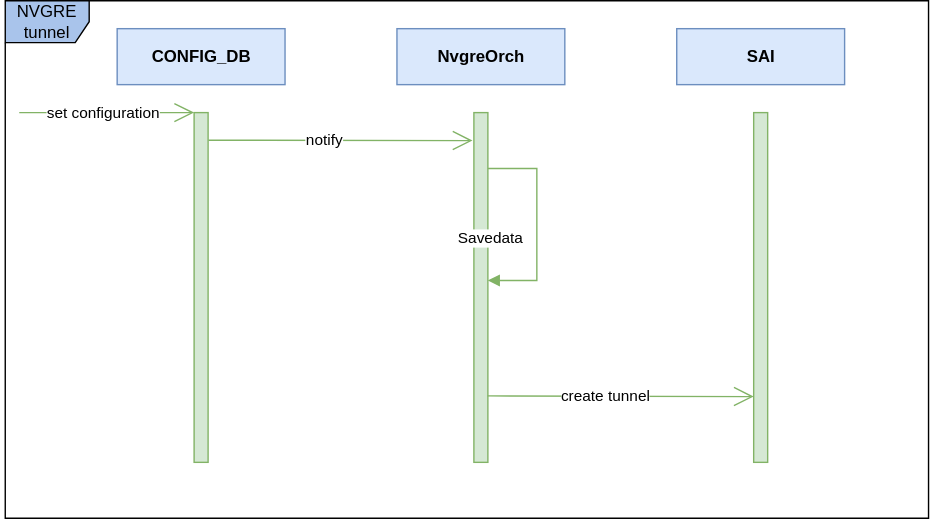
sonic-net/SONiC keeps this draw.io diagram as doc/nvgre_tunnel/images/nvgre_tunnel_create_uml.svg. Above is the earlier version. Source tidied: cells renumbered, new cells last; positions are measured from the earlier drawing's top-left corner, leaving out a move shared by most shapes. Source of this version:
```xml
<mxGraphModel>
  <root>
    <mxCell id="0" />
    <mxCell id="1" parent="0" />
    <mxCell id="2" value="&lt;b&gt;CONFIG_DB&lt;/b&gt;" style="html=1;fillColor=#dae8fc;strokeColor=#6c8ebf;" parent="1" vertex="1">
      <mxGeometry x="80" y="20" width="120" height="40" as="geometry" />
    </mxCell>
    <mxCell id="3" value="&lt;b&gt;NvgreOrch&lt;/b&gt;" style="html=1;fillColor=#dae8fc;strokeColor=#6c8ebf;" parent="1" vertex="1">
      <mxGeometry x="280" y="20" width="120" height="40" as="geometry" />
    </mxCell>
    <mxCell id="4" value="&lt;b&gt;SAI&lt;/b&gt;" style="html=1;fillColor=#dae8fc;strokeColor=#6c8ebf;" parent="1" vertex="1">
      <mxGeometry x="480" y="20" width="120" height="40" as="geometry" />
    </mxCell>
    <mxCell id="5" style="html=1;points=[];perimeter=orthogonalPerimeter;fillColor=#d5e8d4;strokeColor=#82b366;" parent="1" vertex="1">
      <mxGeometry x="135" y="80" width="10" height="250" as="geometry" />
    </mxCell>
    <mxCell id="6" style="endArrow=open;endFill=1;endSize=12;html=1;fillColor=#d5e8d4;strokeColor=#82b366;" parent="1" edge="1">
      <mxGeometry relative="1" as="geometry">
        <mxPoint x="10" y="80" as="sourcePoint" />
        <mxPoint x="135" y="80" as="targetPoint" />
      </mxGeometry>
    </mxCell>
    <mxCell id="7" value="set configuration" style="edgeLabel;html=1;align=center;verticalAlign=middle;" parent="6" vertex="1">
      <mxGeometry x="-0.28" y="3" relative="1" as="geometry">
        <mxPoint x="15" y="3" as="offset" />
      </mxGeometry>
    </mxCell>
    <mxCell id="8" style="html=1;points=[];perimeter=orthogonalPerimeter;fillColor=#d5e8d4;strokeColor=#82b366;" parent="1" vertex="1">
      <mxGeometry x="335" y="80" width="10" height="250" as="geometry" />
    </mxCell>
    <mxCell id="9" value="Savedata" style="edgeStyle=orthogonalEdgeStyle;html=1;align=left;spacingLeft=2;endArrow=block;rounded=0;shadow=0;fillColor=#d5e8d4;strokeColor=#82b366;" parent="1" edge="1">
      <mxGeometry x="-1" y="-56" relative="1" as="geometry">
        <mxPoint x="345" y="120" as="sourcePoint" />
        <mxPoint x="345" y="200" as="targetPoint" />
        <Array as="points">
          <mxPoint x="380" y="120" />
          <mxPoint x="380" y="200" />
        </Array>
        <mxPoint x="-25" y="-6" as="offset" />
      </mxGeometry>
    </mxCell>
    <mxCell id="10" style="endArrow=open;endFill=1;endSize=12;html=1;fillColor=#d5e8d4;strokeColor=#82b366;exitX=1.024;exitY=0.079;exitDx=0;exitDy=0;exitPerimeter=0;" parent="1" edge="1" source="5">
      <mxGeometry relative="1" as="geometry">
        <mxPoint x="334" y="100" as="targetPoint" />
      </mxGeometry>
    </mxCell>
    <mxCell id="11" value="notify" style="edgeLabel;html=1;align=center;verticalAlign=middle;" parent="10" vertex="1">
      <mxGeometry x="-0.28" y="3" relative="1" as="geometry">
        <mxPoint x="15" y="3" as="offset" />
      </mxGeometry>
    </mxCell>
    <mxCell id="12" style="html=1;perimeter=orthogonalPerimeter;fillColor=#d5e8d4;strokeColor=#82b366;" parent="1" vertex="1">
      <mxGeometry x="535" y="80" width="10" height="250" as="geometry" />
    </mxCell>
    <mxCell id="13" style="endArrow=open;endFill=1;endSize=12;html=1;fillColor=#d5e8d4;strokeColor=#82b366;exitX=0.978;exitY=0.81;exitDx=0;exitDy=0;exitPerimeter=0;" parent="1" edge="1" source="8">
      <mxGeometry relative="1" as="geometry">
        <mxPoint x="535" y="283" as="targetPoint" />
      </mxGeometry>
    </mxCell>
    <mxCell id="14" value="create tunnel" style="edgeLabel;html=1;align=center;verticalAlign=middle;" parent="13" vertex="1">
      <mxGeometry x="-0.28" y="3" relative="1" as="geometry">
        <mxPoint x="15" y="3" as="offset" />
      </mxGeometry>
    </mxCell>
    <mxCell id="15" value="NVGRE tunnel" style="shape=umlFrame;whiteSpace=wrap;html=1;fillColor=#A9C4EB;" parent="1" vertex="1">
      <mxGeometry width="660" height="370" as="geometry" />
    </mxCell>
  </root>
</mxGraphModel>
```
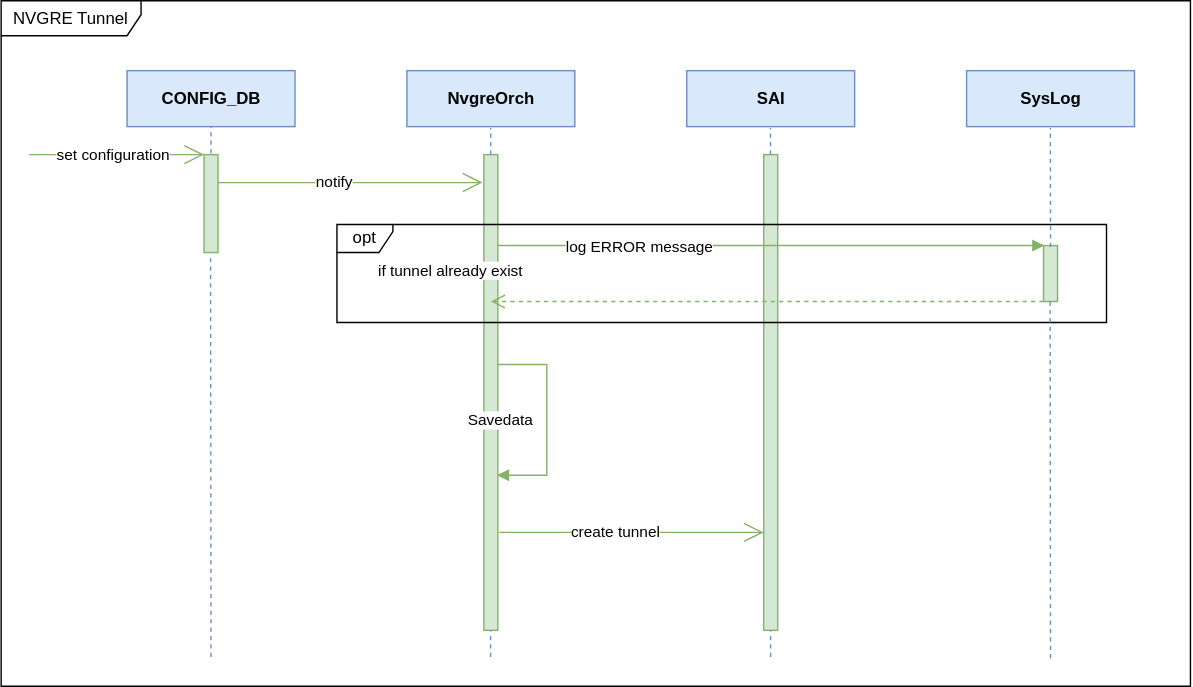
After the change.

What changed in the source:
```diff
@@ -12,7 +12,7 @@
       <mxGeometry x="480" y="20" width="120" height="40" as="geometry" />
     </mxCell>
     <mxCell id="5" style="html=1;points=[];perimeter=orthogonalPerimeter;fillColor=#d5e8d4;strokeColor=#82b366;" parent="1" vertex="1">
-      <mxGeometry x="135" y="80" width="10" height="250" as="geometry" />
+      <mxGeometry x="135" y="80" width="10" height="70" as="geometry" />
     </mxCell>
     <mxCell id="6" style="endArrow=open;endFill=1;endSize=12;html=1;fillColor=#d5e8d4;strokeColor=#82b366;" parent="1" edge="1">
       <mxGeometry relative="1" as="geometry">
@@ -26,21 +26,21 @@
       </mxGeometry>
     </mxCell>
     <mxCell id="8" style="html=1;points=[];perimeter=orthogonalPerimeter;fillColor=#d5e8d4;strokeColor=#82b366;" parent="1" vertex="1">
-      <mxGeometry x="335" y="80" width="10" height="250" as="geometry" />
+      <mxGeometry x="335" y="80" width="10" height="340" as="geometry" />
     </mxCell>
-    <mxCell id="9" value="Savedata" style="edgeStyle=orthogonalEdgeStyle;html=1;align=left;spacingLeft=2;endArrow=block;rounded=0;shadow=0;fillColor=#d5e8d4;strokeColor=#82b366;" parent="1" edge="1">
-      <mxGeometry x="-1" y="-56" relative="1" as="geometry">
-        <mxPoint x="345" y="120" as="sourcePoint" />
-        <mxPoint x="345" y="200" as="targetPoint" />
+    <mxCell id="9" value="Savedata" style="edgeStyle=orthogonalEdgeStyle;html=1;align=left;spacingLeft=2;endArrow=block;rounded=0;shadow=0;fillColor=#d5e8d4;strokeColor=#82b366;entryX=0.944;entryY=0.674;entryDx=0;entryDy=0;entryPerimeter=0;" parent="1" edge="1" target="8">
+      <mxGeometry x="-1" y="-47" relative="1" as="geometry">
+        <mxPoint x="345" y="230" as="sourcePoint" />
         <Array as="points">
-          <mxPoint x="380" y="120" />
-          <mxPoint x="380" y="200" />
+          <mxPoint x="380" y="230" />
+          <mxPoint x="380" y="309" />
         </Array>
-        <mxPoint x="-25" y="-6" as="offset" />
+        <mxPoint x="-25" y="-7" as="offset" />
       </mxGeometry>
     </mxCell>
-    <mxCell id="10" style="endArrow=open;endFill=1;endSize=12;html=1;fillColor=#d5e8d4;strokeColor=#82b366;exitX=1.024;exitY=0.079;exitDx=0;exitDy=0;exitPerimeter=0;" parent="1" edge="1" source="5">
+    <mxCell id="10" style="endArrow=open;endFill=1;endSize=12;html=1;fillColor=#d5e8d4;strokeColor=#82b366;" parent="1" edge="1">
       <mxGeometry relative="1" as="geometry">
+        <mxPoint x="145" y="100" as="sourcePoint" />
         <mxPoint x="334" y="100" as="targetPoint" />
       </mxGeometry>
     </mxCell>
@@ -50,11 +50,11 @@
       </mxGeometry>
     </mxCell>
     <mxCell id="12" style="html=1;perimeter=orthogonalPerimeter;fillColor=#d5e8d4;strokeColor=#82b366;" parent="1" vertex="1">
-      <mxGeometry x="535" y="80" width="10" height="250" as="geometry" />
+      <mxGeometry x="535" y="80" width="10" height="340" as="geometry" />
     </mxCell>
-    <mxCell id="13" style="endArrow=open;endFill=1;endSize=12;html=1;fillColor=#d5e8d4;strokeColor=#82b366;exitX=0.978;exitY=0.81;exitDx=0;exitDy=0;exitPerimeter=0;" parent="1" edge="1" source="8">
+    <mxCell id="13" style="endArrow=open;endFill=1;endSize=12;html=1;fillColor=#d5e8d4;strokeColor=#82b366;exitX=1.091;exitY=0.794;exitDx=0;exitDy=0;exitPerimeter=0;" parent="1" edge="1" source="8">
       <mxGeometry relative="1" as="geometry">
-        <mxPoint x="535" y="283" as="targetPoint" />
+        <mxPoint x="535" y="350" as="targetPoint" />
       </mxGeometry>
     </mxCell>
     <mxCell id="14" value="create tunnel" style="edgeLabel;html=1;align=center;verticalAlign=middle;" parent="13" vertex="1">
@@ -62,8 +62,84 @@
         <mxPoint x="15" y="3" as="offset" />
       </mxGeometry>
     </mxCell>
-    <mxCell id="15" value="NVGRE tunnel" style="shape=umlFrame;whiteSpace=wrap;html=1;fillColor=#A9C4EB;" parent="1" vertex="1">
-      <mxGeometry width="660" height="370" as="geometry" />
-    </mxCell>
+    <mxCell id="16" value="opt" style="shape=umlFrame;whiteSpace=wrap;html=1;width=40;height=20;fillColor=#FFFFFF;" parent="1" vertex="1">
+      <mxGeometry x="230" y="130" width="550" height="70" as="geometry" />
+    </mxCell>
+    <mxCell id="17" value="if tunnel already exist" style="edgeLabel;html=1;align=center;verticalAlign=middle;" parent="1" vertex="1">
+      <mxGeometry x="310" y="165" as="geometry">
+        <mxPoint x="1" y="-2" as="offset" />
+      </mxGeometry>
+    </mxCell>
+    <mxCell id="18" value="&lt;b&gt;SysLog&lt;/b&gt;" style="html=1;fillColor=#dae8fc;strokeColor=#6c8ebf;" parent="1" vertex="1">
+      <mxGeometry x="680" y="20" width="120" height="40" as="geometry" />
+    </mxCell>
+    <mxCell id="19" style="html=1;perimeter=orthogonalPerimeter;fillColor=#d5e8d4;strokeColor=#82b366;" parent="1" vertex="1">
+      <mxGeometry x="735" y="145" width="10" height="40" as="geometry" />
+    </mxCell>
+    <mxCell id="20" value="log ERROR message" style="edgeStyle=orthogonalEdgeStyle;html=1;align=left;spacingLeft=2;endArrow=block;rounded=0;shadow=0;fillColor=#d5e8d4;strokeColor=#82b366;" parent="1" edge="1">
+      <mxGeometry x="-0.77" y="-1" relative="1" as="geometry">
+        <mxPoint x="344.5" y="145" as="sourcePoint" />
+        <mxPoint x="735.5" y="145" as="targetPoint" />
+        <Array as="points">
+          <mxPoint x="344.5" y="145" />
+        </Array>
+      </mxGeometry>
+    </mxCell>
+    <mxCell id="21" style="html=1;verticalAlign=bottom;endArrow=open;dashed=1;endSize=8;shadow=0;fillColor=#d5e8d4;strokeColor=#82b366;" parent="1" edge="1">
+      <mxGeometry relative="1" as="geometry">
+        <mxPoint x="735" y="185" as="sourcePoint" />
+        <mxPoint x="340" y="185" as="targetPoint" />
+      </mxGeometry>
+    </mxCell>
+    <mxCell id="22" style="endArrow=none;dashed=1;html=1;shadow=0;fillColor=#dae8fc;strokeColor=#6c8ebf;" parent="1" edge="1">
+      <mxGeometry relative="1" as="geometry">
+        <mxPoint x="140" y="79" as="sourcePoint" />
+        <mxPoint x="140" y="60" as="targetPoint" />
+      </mxGeometry>
+    </mxCell>
+    <mxCell id="23" style="endArrow=none;dashed=1;html=1;shadow=0;fillColor=#dae8fc;strokeColor=#6c8ebf;" parent="1" edge="1">
+      <mxGeometry relative="1" as="geometry">
+        <mxPoint x="339.9" y="80" as="sourcePoint" />
+        <mxPoint x="339.9" y="61" as="targetPoint" />
+      </mxGeometry>
+    </mxCell>
+    <mxCell id="24" style="endArrow=none;dashed=1;html=1;shadow=0;fillColor=#dae8fc;strokeColor=#6c8ebf;" parent="1" edge="1">
+      <mxGeometry relative="1" as="geometry">
+        <mxPoint x="539.9" y="80" as="sourcePoint" />
+        <mxPoint x="539.9" y="61" as="targetPoint" />
+      </mxGeometry>
+    </mxCell>
+    <mxCell id="25" style="endArrow=none;dashed=1;html=1;shadow=0;fillColor=#dae8fc;strokeColor=#6c8ebf;" parent="1" edge="1">
+      <mxGeometry relative="1" as="geometry">
+        <mxPoint x="740" y="146" as="sourcePoint" />
+        <mxPoint x="739.9" y="61" as="targetPoint" />
+      </mxGeometry>
+    </mxCell>
+    <mxCell id="26" style="endArrow=none;dashed=1;html=1;shadow=0;fillColor=#dae8fc;strokeColor=#6c8ebf;" parent="1" edge="1">
+      <mxGeometry relative="1" as="geometry">
+        <mxPoint x="740" y="440" as="sourcePoint" />
+        <mxPoint x="739.7" y="185" as="targetPoint" />
+      </mxGeometry>
+    </mxCell>
+    <mxCell id="27" style="endArrow=none;dashed=1;html=1;shadow=0;fillColor=#dae8fc;strokeColor=#6c8ebf;" parent="1" edge="1">
+      <mxGeometry relative="1" as="geometry">
+        <mxPoint x="539.9" y="439" as="sourcePoint" />
+        <mxPoint x="539.9" y="420" as="targetPoint" />
+      </mxGeometry>
+    </mxCell>
+    <mxCell id="28" style="endArrow=none;dashed=1;html=1;shadow=0;fillColor=#dae8fc;strokeColor=#6c8ebf;" parent="1" edge="1">
+      <mxGeometry relative="1" as="geometry">
+        <mxPoint x="339.8" y="439" as="sourcePoint" />
+        <mxPoint x="339.8" y="420" as="targetPoint" />
+      </mxGeometry>
+    </mxCell>
+    <mxCell id="29" style="endArrow=none;dashed=1;html=1;shadow=0;fillColor=#dae8fc;strokeColor=#6c8ebf;entryX=0.467;entryY=1.018;entryDx=0;entryDy=0;entryPerimeter=0;" parent="1" edge="1" target="5">
+      <mxGeometry relative="1" as="geometry">
+        <mxPoint x="140" y="439" as="sourcePoint" />
+      </mxGeometry>
+    </mxCell>
+    <mxCell id="30" value="NVGRE Tunnel" style="shape=umlFrame;whiteSpace=wrap;html=1;fillColor=#FFFFFF;width=100;height=25;" parent="1" vertex="1">
+      <mxGeometry x="-10" y="-30" width="850" height="490" as="geometry" />
+    </mxCell>
   </root>
 </mxGraphModel>
```
